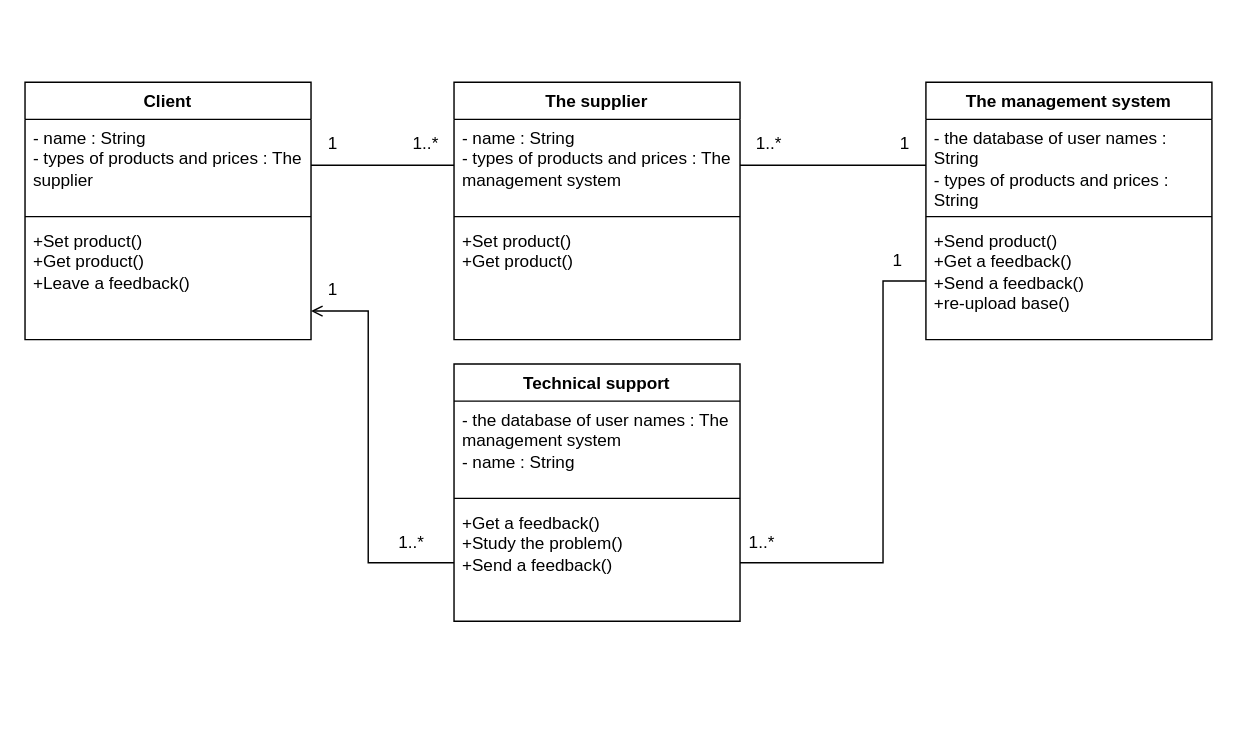
Earlier version of the draw.io diagram page "Page-4" (4 of 4) of 2.drawio (Helpmepleaseitishard/Aikms). Source tidied: cells renumbered, new cells numbered last; positions are measured from the earlier drawing's top-left corner, leaving out a move shared by most shapes. Both pictures are drawn from the tidied source at 143%, with x=0, y=0 at pixel (24, 82).
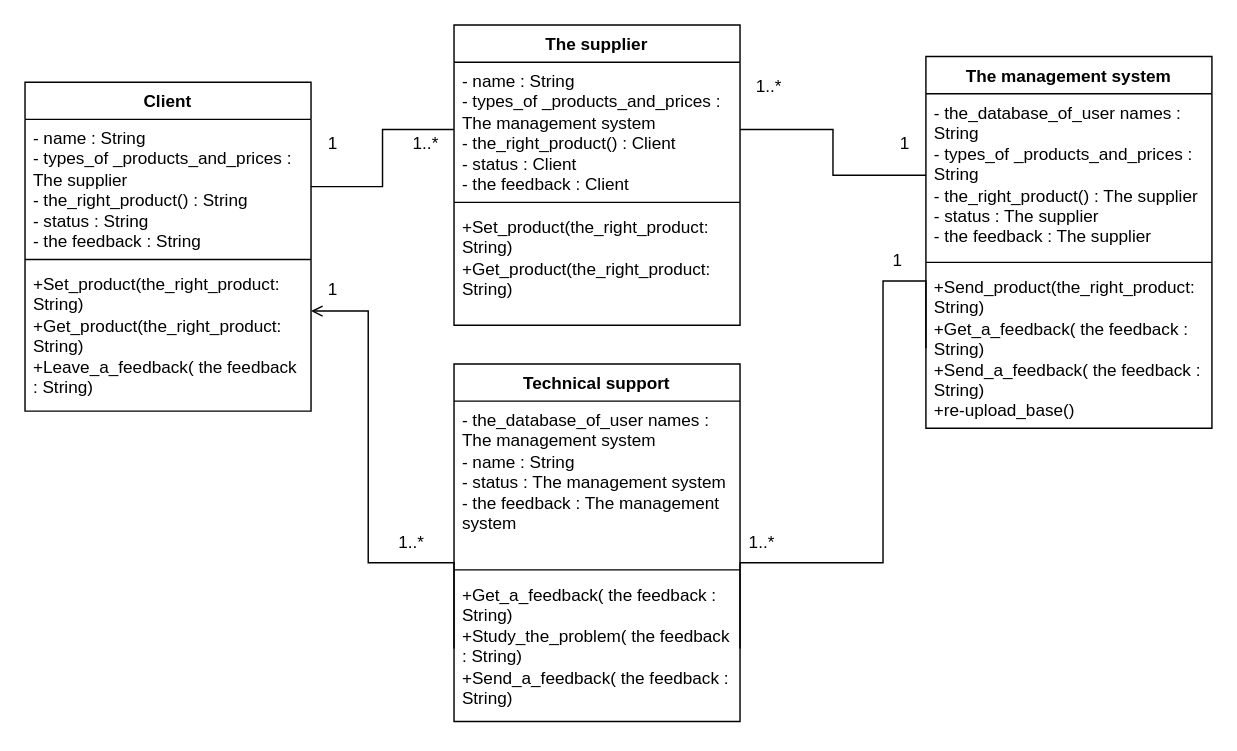
The same page after the edit.

What changed in the source:
```diff
@@
     <mxCell id="2" value="The management system" style="swimlane;fontStyle=1;align=center;verticalAlign=top;horizontal=1;startSize=26;whiteSpace=wrap;html=1;" parent="1" vertex="1">
-      <mxGeometry x="630" width="200" height="180" as="geometry" />
+      <mxGeometry x="630" y="-18" width="200" height="260" as="geometry" />
     </mxCell>
-    <mxCell id="3" value="&lt;div&gt;- the database of user names : String&lt;/div&gt;&lt;div&gt;&lt;div&gt;&lt;div&gt;-&amp;nbsp;types of&amp;nbsp;&lt;span style=&quot;white-space: pre-wrap;&quot;&gt;&lt;/span&gt;&lt;span style=&quot;white-space: pre-wrap;&quot; class=&quot;aNeGP0gI0B9AV8JaHPyH&quot;&gt;product&lt;/span&gt;s and prices : String&lt;/div&gt;&lt;/div&gt;&lt;/div&gt;" style="text;strokeColor=none;fillColor=none;align=left;verticalAlign=top;spacingLeft=4;spacingRight=4;overflow=hidden;points=[[0,0.5],[1,0.5]];portConstraint=eastwest;whiteSpace=wrap;html=1;" parent="2" vertex="1">
-      <mxGeometry y="26" width="200" height="64" as="geometry" />
+    <mxCell id="3" value="&lt;div&gt;- the_database_of_user names : String&lt;/div&gt;&lt;div&gt;&lt;div&gt;&lt;div&gt;- types_of &lt;span style=&quot;white-space: pre-wrap;&quot; class=&quot;aNeGP0gI0B9AV8JaHPyH&quot;&gt;_product&lt;/span&gt;s_and_prices : String&lt;/div&gt;&lt;div&gt;&lt;div&gt;- the_right_product() : The supplier&lt;/div&gt;&lt;div&gt;- status : The supplier&lt;/div&gt;&lt;div&gt;&lt;div&gt; - the feedback : The supplier&lt;/div&gt;&lt;/div&gt;&lt;/div&gt;&lt;/div&gt;&lt;/div&gt;" style="text;strokeColor=none;fillColor=none;align=left;verticalAlign=top;spacingLeft=4;spacingRight=4;overflow=hidden;points=[[0,0.5],[1,0.5]];portConstraint=eastwest;whiteSpace=wrap;html=1;" parent="2" vertex="1">
+      <mxGeometry y="26" width="200" height="114" as="geometry" />
     </mxCell>
     <mxCell id="4" style="line;strokeWidth=1;fillColor=none;align=left;verticalAlign=middle;spacingTop=-1;spacingLeft=3;spacingRight=3;labelPosition=right;strokeColor=inherit;" parent="2" vertex="1">
-      <mxGeometry y="90" width="200" height="8" as="geometry" />
+      <mxGeometry y="140" width="200" height="8" as="geometry" />
     </mxCell>
-    <mxCell id="5" value="&lt;div&gt;&lt;div&gt;+Send product()&lt;/div&gt;&lt;div&gt;&lt;div&gt;&lt;div&gt;&lt;div&gt;+Get a feedback()&lt;/div&gt;&lt;/div&gt;&lt;/div&gt;&lt;/div&gt;&lt;/div&gt;&lt;div&gt;&lt;div&gt;&lt;div&gt;&lt;div&gt;+Send a feedback()&lt;/div&gt;&lt;/div&gt;&lt;/div&gt;&lt;div&gt;+re-upload base()&lt;/div&gt;&lt;/div&gt;" style="text;strokeColor=none;fillColor=none;align=left;verticalAlign=top;spacingLeft=4;spacingRight=4;overflow=hidden;points=[[0,0.5],[1,0.5]];portConstraint=eastwest;whiteSpace=wrap;html=1;" parent="2" vertex="1">
-      <mxGeometry y="98" width="200" height="82" as="geometry" />
+    <mxCell id="5" value="&lt;div&gt;&lt;div&gt;+Send_product(the_right_product: String)&lt;/div&gt;&lt;div&gt;&lt;div&gt;&lt;div&gt;&lt;div&gt;+Get_a_feedback( the feedback : String)&lt;/div&gt;&lt;/div&gt;&lt;/div&gt;&lt;/div&gt;&lt;/div&gt;&lt;div&gt;&lt;div&gt;&lt;div&gt;&lt;div&gt;+Send_a_feedback( the feedback : String)&lt;/div&gt;&lt;/div&gt;&lt;/div&gt;&lt;div&gt;+re-upload_base()&lt;/div&gt;&lt;/div&gt;" style="text;strokeColor=none;fillColor=none;align=left;verticalAlign=top;spacingLeft=4;spacingRight=4;overflow=hidden;points=[[0,0.5],[1,0.5]];portConstraint=eastwest;whiteSpace=wrap;html=1;" parent="2" vertex="1">
+      <mxGeometry y="148" width="200" height="112" as="geometry" />
     </mxCell>
     <mxCell id="6" value="The supplier" style="swimlane;fontStyle=1;align=center;verticalAlign=top;horizontal=1;startSize=26;whiteSpace=wrap;html=1;" parent="1" vertex="1">
-      <mxGeometry x="300" width="200" height="180" as="geometry" />
+      <mxGeometry x="300" y="-40" width="200" height="210" as="geometry" />
     </mxCell>
-    <mxCell id="7" value="&lt;div&gt;- name : String&lt;/div&gt;&lt;div&gt;&lt;div&gt;&lt;div&gt;&lt;div&gt;&lt;div&gt;-&amp;nbsp;types of&amp;nbsp;&lt;span style=&quot;white-space: pre-wrap;&quot;&gt;&lt;/span&gt;&lt;span style=&quot;white-space: pre-wrap;&quot; class=&quot;aNeGP0gI0B9AV8JaHPyH&quot;&gt;product&lt;/span&gt;s and prices : The management system&lt;/div&gt;&lt;/div&gt;&lt;/div&gt;&lt;/div&gt;&lt;/div&gt;" style="text;strokeColor=none;fillColor=none;align=left;verticalAlign=top;spacingLeft=4;spacingRight=4;overflow=hidden;points=[[0,0.5],[1,0.5]];portConstraint=eastwest;whiteSpace=wrap;html=1;" parent="6" vertex="1">
-      <mxGeometry y="26" width="200" height="64" as="geometry" />
+    <mxCell id="7" value="&lt;div&gt;- name : String&lt;/div&gt;&lt;div&gt;&lt;div&gt;&lt;div&gt;&lt;div&gt;&lt;div&gt;- types_of &lt;span style=&quot;white-space: pre-wrap;&quot; class=&quot;aNeGP0gI0B9AV8JaHPyH&quot;&gt;_product&lt;/span&gt;s_and_prices : The management system&lt;/div&gt;&lt;div&gt;&lt;div&gt;- the_right_product() : Client&lt;/div&gt;&lt;div&gt;- status : Client&lt;/div&gt;&lt;div&gt; - the feedback : Client&lt;/div&gt;&lt;/div&gt;&lt;/div&gt;&lt;/div&gt;&lt;/div&gt;&lt;/div&gt;" style="text;strokeColor=none;fillColor=none;align=left;verticalAlign=top;spacingLeft=4;spacingRight=4;overflow=hidden;points=[[0,0.5],[1,0.5]];portConstraint=eastwest;whiteSpace=wrap;html=1;" parent="6" vertex="1">
+      <mxGeometry y="26" width="200" height="94" as="geometry" />
     </mxCell>
     <mxCell id="8" style="line;strokeWidth=1;fillColor=none;align=left;verticalAlign=middle;spacingTop=-1;spacingLeft=3;spacingRight=3;labelPosition=right;strokeColor=inherit;" parent="6" vertex="1">
-      <mxGeometry y="90" width="200" height="8" as="geometry" />
+      <mxGeometry y="120" width="200" height="8" as="geometry" />
     </mxCell>
-    <mxCell id="9" value="&lt;div&gt;+Set product()&lt;br&gt;&lt;/div&gt;&lt;div&gt;&lt;div&gt;+Get product()&lt;/div&gt;&lt;/div&gt;&lt;div&gt;&lt;div&gt;&lt;br&gt;&lt;/div&gt;&lt;/div&gt;" style="text;strokeColor=none;fillColor=none;align=left;verticalAlign=top;spacingLeft=4;spacingRight=4;overflow=hidden;whiteSpace=wrap;html=1;" parent="6" vertex="1">
-      <mxGeometry y="98" width="200" height="82" as="geometry" />
+    <mxCell id="9" value="&lt;div&gt;+Set_product(the_right_product: String)&lt;br&gt;&lt;/div&gt;&lt;div&gt;&lt;div&gt;+Get_product(the_right_product: String)&lt;/div&gt;&lt;/div&gt;&lt;div&gt;&lt;div&gt;&lt;br&gt;&lt;/div&gt;&lt;/div&gt;" style="text;strokeColor=none;fillColor=none;align=left;verticalAlign=top;spacingLeft=4;spacingRight=4;overflow=hidden;whiteSpace=wrap;html=1;" parent="6" vertex="1">
+      <mxGeometry y="128" width="200" height="82" as="geometry" />
     </mxCell>
     <mxCell id="10" value="Client" style="swimlane;fontStyle=1;align=center;verticalAlign=top;horizontal=1;startSize=26;whiteSpace=wrap;html=1;" parent="1" vertex="1">
-      <mxGeometry width="200" height="180" as="geometry" />
+      <mxGeometry width="200" height="230" as="geometry" />
     </mxCell>
-    <mxCell id="11" value="&lt;div&gt;- name : String&lt;/div&gt;&lt;div&gt;&lt;div&gt;&lt;div&gt;- types of&amp;nbsp;&lt;span style=&quot;white-space: pre-wrap;&quot;&gt;&lt;/span&gt;&lt;span style=&quot;white-space: pre-wrap;&quot; class=&quot;aNeGP0gI0B9AV8JaHPyH&quot;&gt;product&lt;/span&gt;s and prices : The supplier&lt;/div&gt;&lt;/div&gt;&lt;/div&gt;" style="text;strokeColor=none;fillColor=none;align=left;verticalAlign=top;spacingLeft=4;spacingRight=4;overflow=hidden;points=[[0,0.5],[1,0.5]];portConstraint=eastwest;whiteSpace=wrap;html=1;" parent="10" vertex="1">
-      <mxGeometry y="26" width="200" height="64" as="geometry" />
+    <mxCell id="11" value="&lt;div&gt;- name : String&lt;/div&gt;&lt;div&gt;&lt;div&gt;&lt;div&gt;- types_of &lt;span style=&quot;white-space: pre-wrap;&quot; class=&quot;aNeGP0gI0B9AV8JaHPyH&quot;&gt;_product&lt;/span&gt;s_and_prices : The supplier&lt;/div&gt;&lt;div&gt;- the_right_product() : String&lt;/div&gt;&lt;div&gt;- status : String&lt;/div&gt;&lt;div&gt;- the feedback : String&lt;br&gt;&lt;/div&gt;&lt;/div&gt;&lt;/div&gt;" style="text;strokeColor=none;fillColor=none;align=left;verticalAlign=top;spacingLeft=4;spacingRight=4;overflow=hidden;points=[[0,0.5],[1,0.5]];portConstraint=eastwest;whiteSpace=wrap;html=1;" parent="10" vertex="1">
+      <mxGeometry y="26" width="200" height="94" as="geometry" />
     </mxCell>
     <mxCell id="12" style="line;strokeWidth=1;fillColor=none;align=left;verticalAlign=middle;spacingTop=-1;spacingLeft=3;spacingRight=3;labelPosition=right;strokeColor=inherit;" parent="10" vertex="1">
-      <mxGeometry y="90" width="200" height="8" as="geometry" />
+      <mxGeometry y="120" width="200" height="8" as="geometry" />
     </mxCell>
-    <mxCell id="13" value="&lt;div&gt;+Set product()&lt;br&gt;&lt;/div&gt;&lt;div&gt;&lt;div&gt;+Get product()&lt;/div&gt;&lt;/div&gt;&lt;div&gt;+Leave a feedback()&lt;/div&gt;" style="text;strokeColor=none;fillColor=none;align=left;verticalAlign=top;spacingLeft=4;spacingRight=4;overflow=hidden;whiteSpace=wrap;html=1;" parent="10" vertex="1">
-      <mxGeometry y="98" width="200" height="82" as="geometry" />
+    <mxCell id="13" value="&lt;div&gt;+Set_product(the_right_product: String)&lt;br&gt;&lt;/div&gt;&lt;div&gt;&lt;div&gt;+Get_product(the_right_product: String)&lt;/div&gt;&lt;/div&gt;&lt;div&gt;+Leave_a_feedback( the feedback : String)&lt;/div&gt;" style="text;strokeColor=none;fillColor=none;align=left;verticalAlign=top;spacingLeft=4;spacingRight=4;overflow=hidden;whiteSpace=wrap;html=1;" parent="10" vertex="1">
+      <mxGeometry y="128" width="200" height="102" as="geometry" />
     </mxCell>
@@
     <mxCell id="15" value="Technical support" style="swimlane;fontStyle=1;align=center;verticalAlign=top;horizontal=1;startSize=26;whiteSpace=wrap;html=1;" parent="1" vertex="1">
-      <mxGeometry x="300" y="197" width="200" height="180" as="geometry" />
+      <mxGeometry x="300" y="197" width="200" height="250" as="geometry" />
     </mxCell>
-    <mxCell id="16" value="&lt;div&gt;- the database of user names : The management system&lt;div&gt;&lt;div&gt;&lt;div&gt;- name : String&lt;/div&gt;&lt;/div&gt;&lt;/div&gt;&lt;/div&gt;" style="text;strokeColor=none;fillColor=none;align=left;verticalAlign=top;spacingLeft=4;spacingRight=4;overflow=hidden;whiteSpace=wrap;html=1;" parent="15" vertex="1">
-      <mxGeometry y="26" width="200" height="64" as="geometry" />
+    <mxCell id="16" value="&lt;div&gt;-&amp;nbsp;the_database_of_user names : The management system&lt;div&gt;&lt;div&gt;&lt;div&gt;- name : String&lt;/div&gt;&lt;div&gt;- status : The management system&lt;/div&gt;&lt;div&gt;&lt;div&gt; - the feedback : The management system&lt;/div&gt;&lt;/div&gt;&lt;/div&gt;&lt;/div&gt;&lt;/div&gt;" style="text;strokeColor=none;fillColor=none;align=left;verticalAlign=top;spacingLeft=4;spacingRight=4;overflow=hidden;whiteSpace=wrap;html=1;" parent="15" vertex="1">
+      <mxGeometry y="26" width="200" height="114" as="geometry" />
     </mxCell>
     <mxCell id="17" style="line;strokeWidth=1;fillColor=none;align=left;verticalAlign=middle;spacingTop=-1;spacingLeft=3;spacingRight=3;labelPosition=right;strokeColor=inherit;" parent="15" vertex="1">
-      <mxGeometry y="90" width="200" height="8" as="geometry" />
+      <mxGeometry y="140" width="200" height="8" as="geometry" />
     </mxCell>
-    <mxCell id="18" value="&lt;div&gt;&lt;div&gt;&lt;div&gt;&lt;div&gt;&lt;div&gt;+Get a feedback()&lt;/div&gt;&lt;/div&gt;&lt;/div&gt;&lt;/div&gt;&lt;/div&gt;&lt;div&gt;+Study the problem()&lt;/div&gt;&lt;div&gt;&lt;div&gt;&lt;div&gt;&lt;div&gt;&lt;div&gt;+Send a feedback()&lt;/div&gt;&lt;/div&gt;&lt;/div&gt;&lt;/div&gt;&lt;/div&gt;" style="text;strokeColor=none;fillColor=none;align=left;verticalAlign=top;spacingLeft=4;spacingRight=4;overflow=hidden;points=[[0,0.5],[1,0.5]];portConstraint=eastwest;whiteSpace=wrap;html=1;" parent="15" vertex="1">
-      <mxGeometry y="98" width="200" height="82" as="geometry" />
+    <mxCell id="18" value="&lt;div&gt;&lt;div&gt;&lt;div&gt;&lt;div&gt;&lt;div&gt;+Get_a_feedback( the feedback : String)&lt;/div&gt;&lt;/div&gt;&lt;/div&gt;&lt;/div&gt;&lt;/div&gt;&lt;div&gt;+Study_the_problem( the feedback : String)&lt;/div&gt;&lt;div&gt;&lt;div&gt;&lt;div&gt;&lt;div&gt;&lt;div&gt;+Send_a_feedback( the feedback : String)&lt;/div&gt;&lt;/div&gt;&lt;/div&gt;&lt;/div&gt;&lt;/div&gt;" style="text;strokeColor=none;fillColor=none;align=left;verticalAlign=top;spacingLeft=4;spacingRight=4;overflow=hidden;points=[[0,0.5],[1,0.5]];portConstraint=eastwest;whiteSpace=wrap;html=1;" parent="15" vertex="1">
+      <mxGeometry y="148" width="200" height="102" as="geometry" />
     </mxCell>
@@
     <mxCell id="28" value="1..*" style="text;html=1;align=center;verticalAlign=middle;strokeColor=none;fillColor=none;" parent="1" vertex="1">
-      <mxGeometry x="500" y="28" width="40" height="30" as="geometry" />
+      <mxGeometry x="500" y="-12" width="40" height="30" as="geometry" />
     </mxCell>
```
